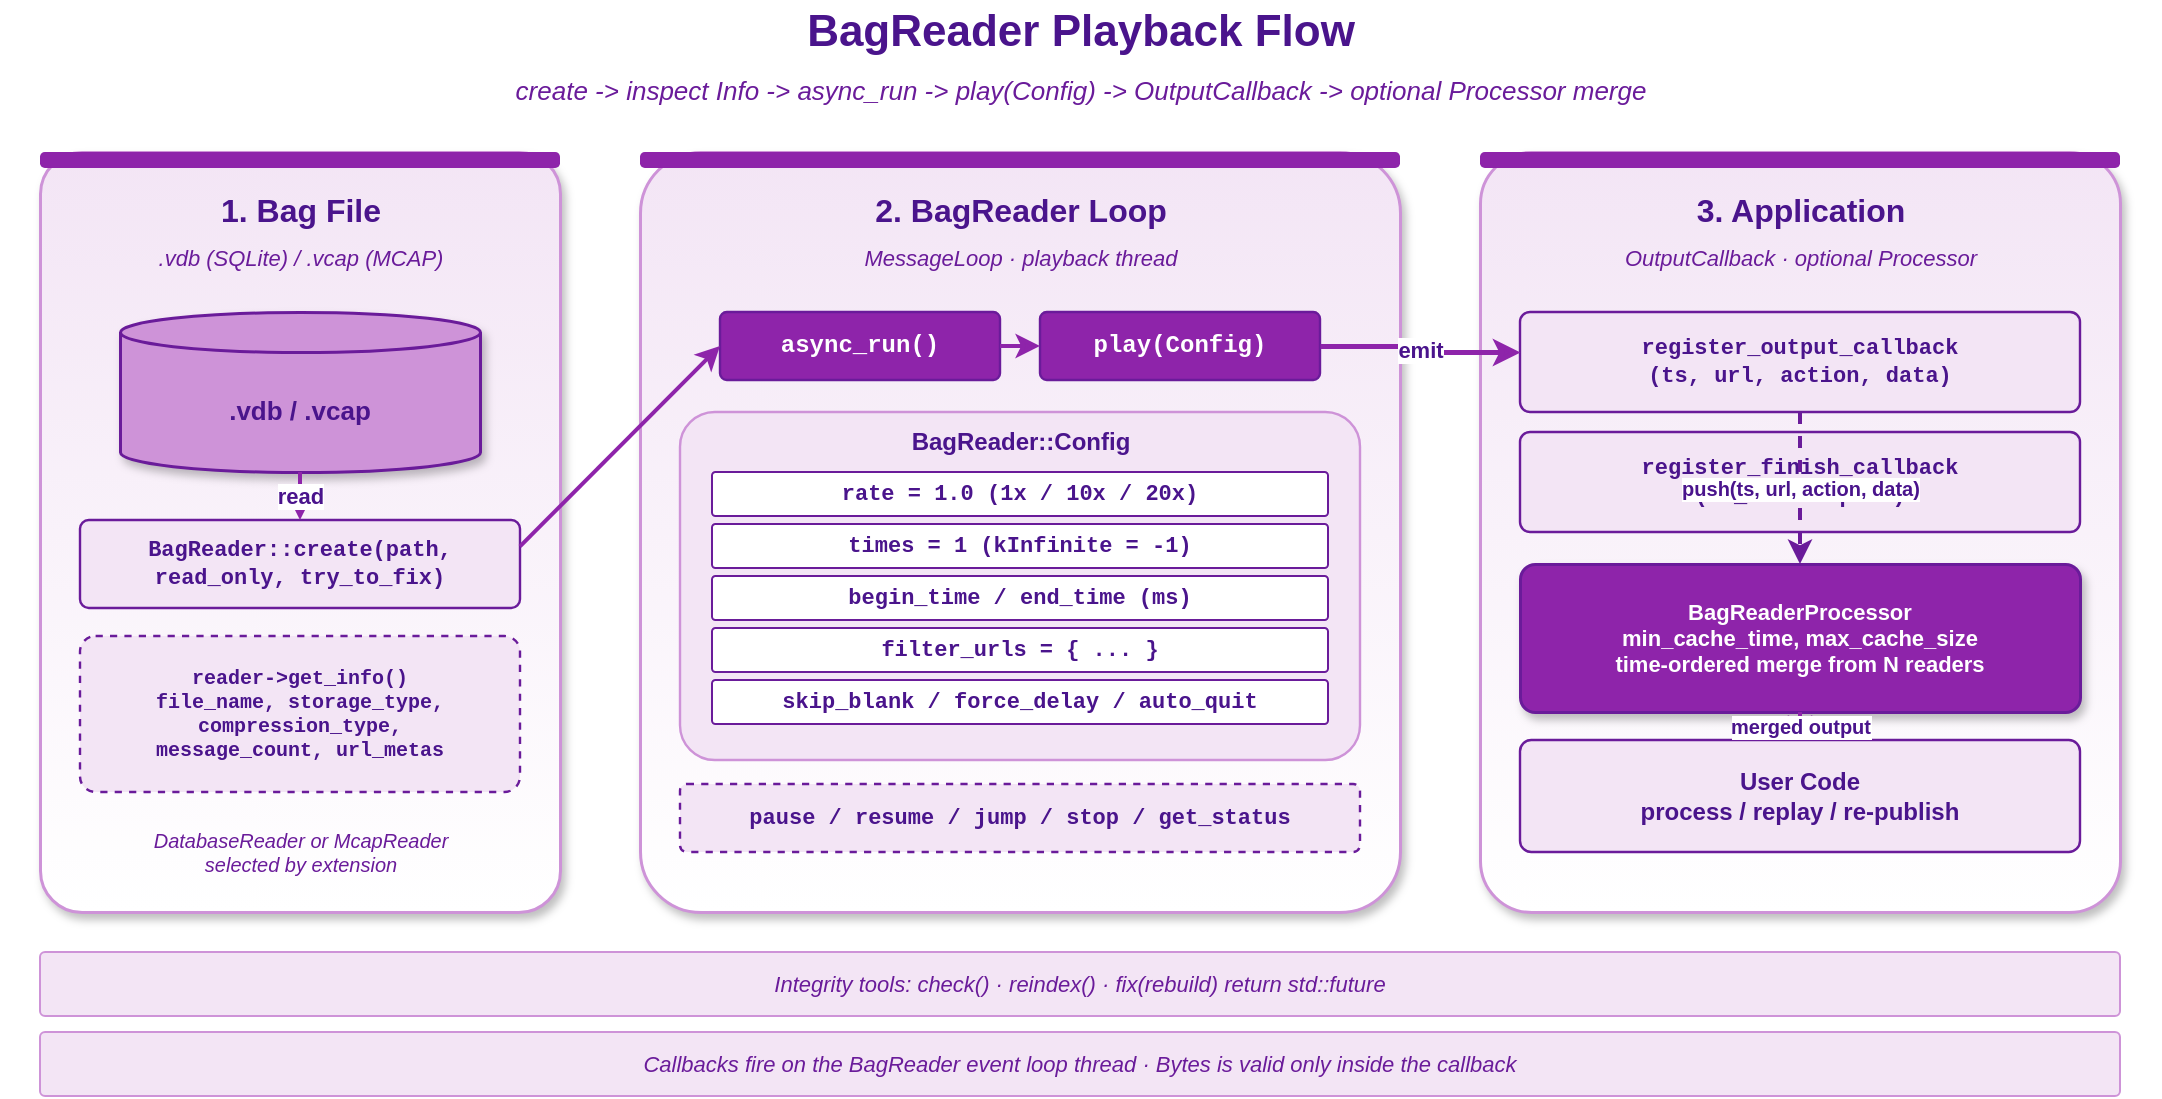
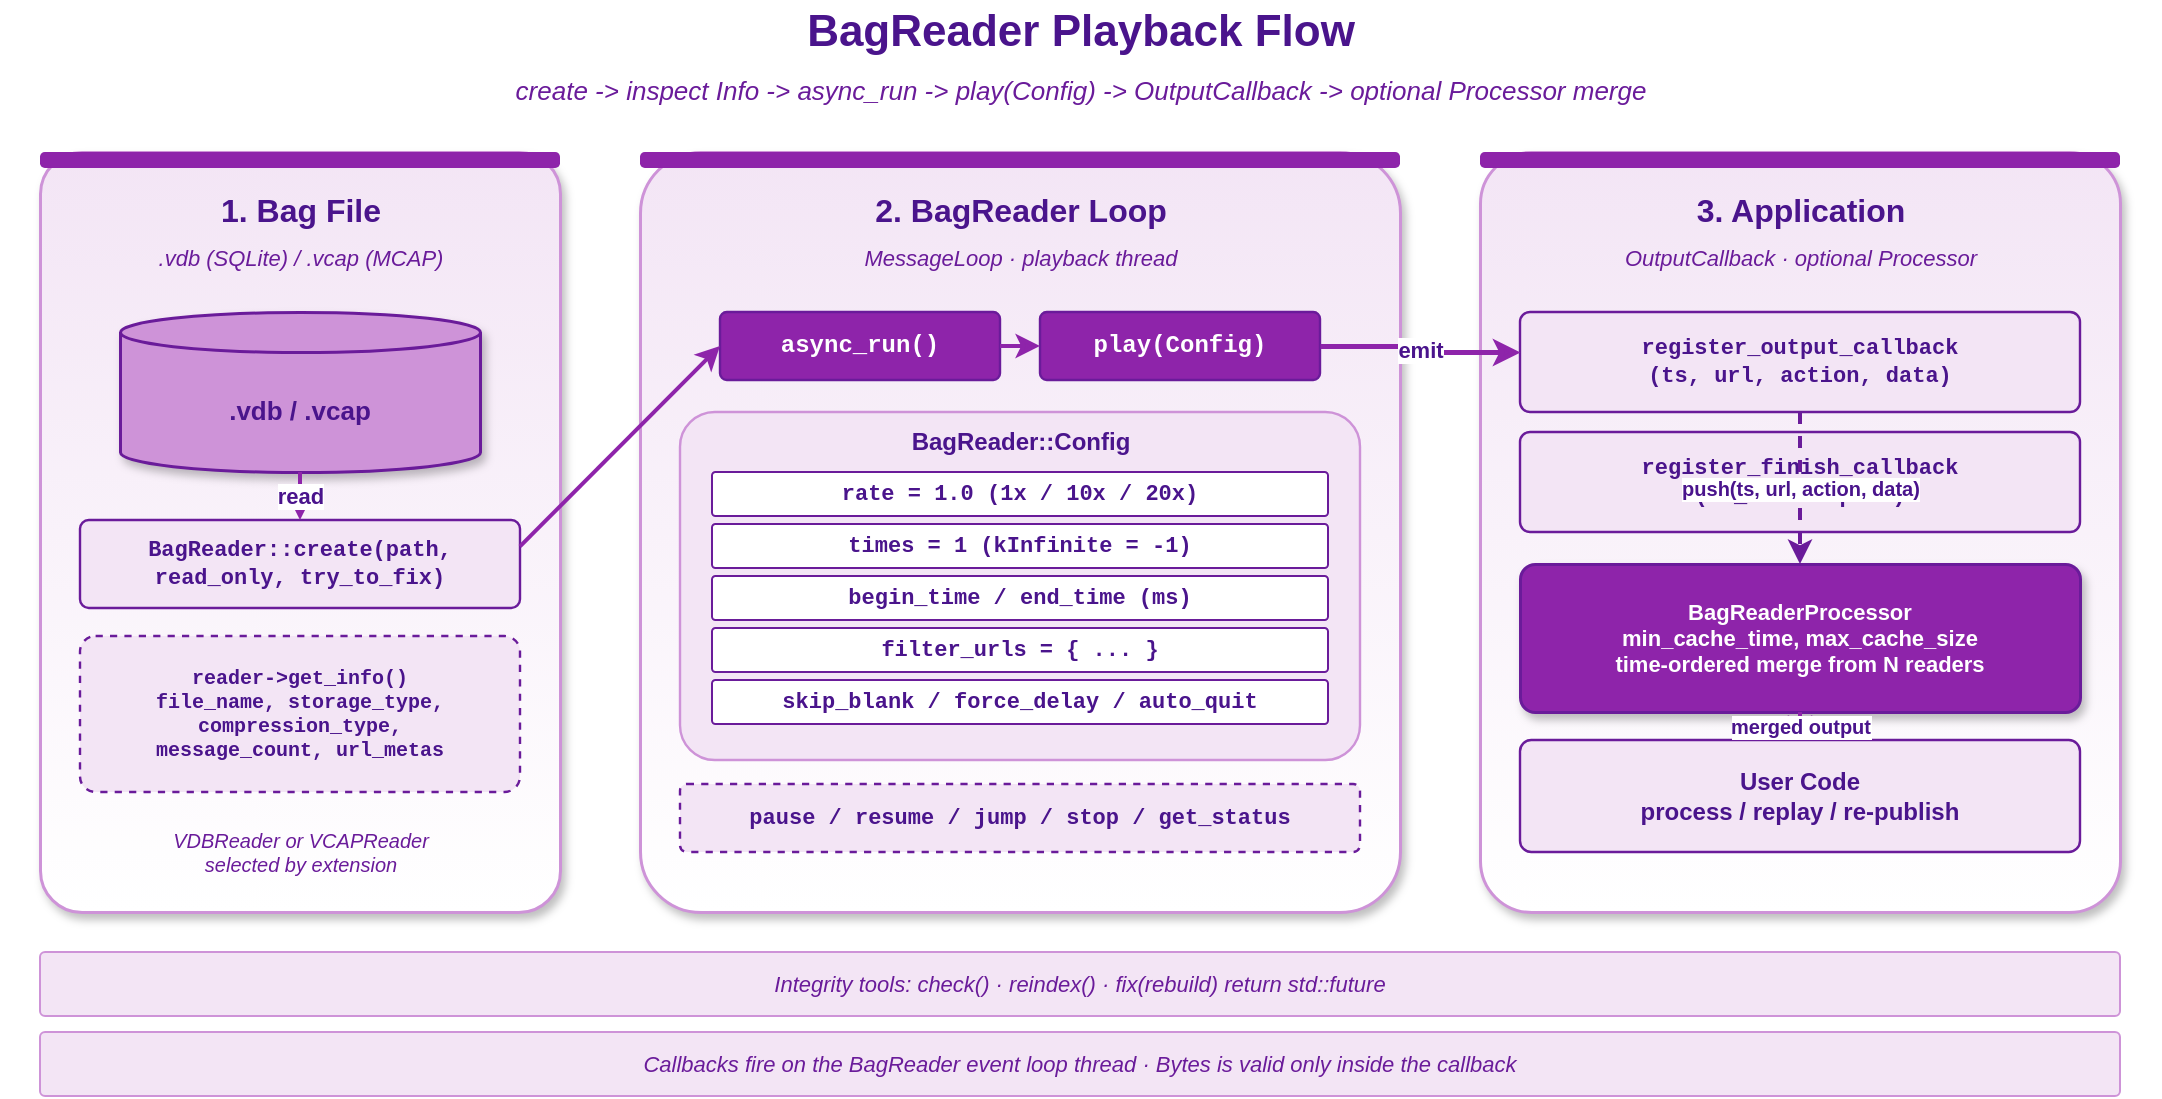
<mxfile host="app.diagrams.net" modified="2026-05-19T00:00:00.000Z" agent="Claude" version="24.0.0" type="device">
  <diagram id="bag-reader-flow" name="BagReader Playback Flow">
    <mxGraphModel dx="1120" dy="640" grid="0" gridSize="10" guides="1" tooltips="1" connect="1" arrows="1" fold="1" page="1" pageScale="1" pageWidth="1120" pageHeight="640" math="0" shadow="0">
      <root>
        <mxCell id="0" />
        <mxCell id="1" parent="0" />

        <mxCell id="title" value="BagReader Playback Flow" style="text;html=1;align=center;verticalAlign=middle;strokeColor=none;fillColor=none;fontSize=22;fontStyle=1;fontColor=#4a148c;" vertex="1" parent="1">
          <mxGeometry x="20" y="24" width="1080" height="32" as="geometry" />
        </mxCell>
        <mxCell id="subtitle" value="create -&gt; inspect Info -&gt; async_run -&gt; play(Config) -&gt; OutputCallback -&gt; optional Processor merge" style="text;html=1;align=center;verticalAlign=middle;strokeColor=none;fillColor=none;fontSize=13;fontStyle=2;fontColor=#6a1b9a;" vertex="1" parent="1">
          <mxGeometry x="20" y="58" width="1080" height="22" as="geometry" />
        </mxCell>

        <!-- Section 1: Source bag (storage) -->
        <mxCell id="src_bg" value="" style="rounded=1;whiteSpace=wrap;html=1;fillColor=#ffffff;strokeColor=#ce93d8;strokeWidth=1.5;arcSize=8;shadow=1;gradientColor=#f3e5f5;gradientDirection=north;" vertex="1" parent="1">
          <mxGeometry x="40" y="100" width="260" height="380" as="geometry" />
        </mxCell>
        <mxCell id="src_bar" value="" style="rounded=1;whiteSpace=wrap;html=1;fillColor=#8e24aa;strokeColor=none;arcSize=30;" vertex="1" parent="1">
          <mxGeometry x="40" y="100" width="260" height="8" as="geometry" />
        </mxCell>
        <mxCell id="src_t" value="1. Bag File" style="text;html=1;align=center;verticalAlign=middle;strokeColor=none;fillColor=none;fontSize=16;fontStyle=1;fontColor=#4a148c;" vertex="1" parent="1">
          <mxGeometry x="40" y="116" width="260" height="26" as="geometry" />
        </mxCell>
        <mxCell id="src_st" value=".vdb (SQLite) / .vcap (MCAP)" style="text;html=1;align=center;verticalAlign=middle;strokeColor=none;fillColor=none;fontSize=11;fontStyle=2;fontColor=#6a1b9a;" vertex="1" parent="1">
          <mxGeometry x="40" y="144" width="260" height="18" as="geometry" />
        </mxCell>

        <mxCell id="src_file" value=".vdb / .vcap" style="shape=cylinder3;whiteSpace=wrap;html=1;boundedLbl=1;backgroundOutline=1;size=10;fillColor=#ce93d8;strokeColor=#6a1b9a;strokeWidth=1.5;fontSize=13;fontStyle=1;fontColor=#4a148c;shadow=1;" vertex="1" parent="1">
          <mxGeometry x="80" y="180" width="180" height="80" as="geometry" />
        </mxCell>

        <mxCell id="src_create" value="BagReader::create(path, read_only, try_to_fix)" style="rounded=1;whiteSpace=wrap;html=1;fillColor=#f3e5f5;strokeColor=#6a1b9a;strokeWidth=1.2;arcSize=10;fontSize=11;fontFamily=Courier New;fontStyle=1;fontColor=#4a148c;" vertex="1" parent="1">
          <mxGeometry x="60" y="284" width="220" height="44" as="geometry" />
        </mxCell>
        <mxCell id="src_info" value="reader-&gt;get_info()&#10;file_name, storage_type,&#10;compression_type,&#10;message_count, url_metas" style="rounded=1;whiteSpace=wrap;html=1;fillColor=#f3e5f5;strokeColor=#6a1b9a;strokeWidth=1.2;arcSize=10;fontSize=10;fontFamily=Courier New;fontStyle=1;fontColor=#4a148c;dashed=1;" vertex="1" parent="1">
          <mxGeometry x="60" y="342" width="220" height="78" as="geometry" />
        </mxCell>
-         <mxCell id="src_note" value="DatabaseReader or McapReader&#10;selected by extension" style="text;html=1;align=center;verticalAlign=middle;strokeColor=none;fillColor=none;fontSize=10;fontStyle=2;fontColor=#6a1b9a;" vertex="1" parent="1">
+         <mxCell id="src_note" value="VDBReader or VCAPReader&#10;selected by extension" style="text;html=1;align=center;verticalAlign=middle;strokeColor=none;fillColor=none;fontSize=10;fontStyle=2;fontColor=#6a1b9a;" vertex="1" parent="1">
          <mxGeometry x="60" y="430" width="220" height="40" as="geometry" />
        </mxCell>

        <!-- Section 2: BagReader event loop + Config -->
        <mxCell id="rd_bg" value="" style="rounded=1;whiteSpace=wrap;html=1;fillColor=#ffffff;strokeColor=#ce93d8;strokeWidth=1.5;arcSize=8;shadow=1;gradientColor=#f3e5f5;gradientDirection=north;" vertex="1" parent="1">
          <mxGeometry x="340" y="100" width="380" height="380" as="geometry" />
        </mxCell>
        <mxCell id="rd_bar" value="" style="rounded=1;whiteSpace=wrap;html=1;fillColor=#8e24aa;strokeColor=none;arcSize=30;" vertex="1" parent="1">
          <mxGeometry x="340" y="100" width="380" height="8" as="geometry" />
        </mxCell>
        <mxCell id="rd_t" value="2. BagReader Loop" style="text;html=1;align=center;verticalAlign=middle;strokeColor=none;fillColor=none;fontSize=16;fontStyle=1;fontColor=#4a148c;" vertex="1" parent="1">
          <mxGeometry x="340" y="116" width="380" height="26" as="geometry" />
        </mxCell>
        <mxCell id="rd_st" value="MessageLoop &#183; playback thread" style="text;html=1;align=center;verticalAlign=middle;strokeColor=none;fillColor=none;fontSize=11;fontStyle=2;fontColor=#6a1b9a;" vertex="1" parent="1">
          <mxGeometry x="340" y="144" width="380" height="18" as="geometry" />
        </mxCell>

        <mxCell id="rd_run" value="async_run()" style="rounded=1;whiteSpace=wrap;html=1;fillColor=#8e24aa;strokeColor=#6a1b9a;strokeWidth=1.2;arcSize=10;fontSize=12;fontFamily=Courier New;fontStyle=1;fontColor=#ffffff;" vertex="1" parent="1">
          <mxGeometry x="380" y="180" width="140" height="34" as="geometry" />
        </mxCell>
        <mxCell id="rd_play" value="play(Config)" style="rounded=1;whiteSpace=wrap;html=1;fillColor=#8e24aa;strokeColor=#6a1b9a;strokeWidth=1.2;arcSize=10;fontSize=12;fontFamily=Courier New;fontStyle=1;fontColor=#ffffff;" vertex="1" parent="1">
          <mxGeometry x="540" y="180" width="140" height="34" as="geometry" />
        </mxCell>

        <mxCell id="cfg_box" value="" style="rounded=1;whiteSpace=wrap;html=1;fillColor=#f3e5f5;strokeColor=#ce93d8;strokeWidth=1.2;arcSize=10;" vertex="1" parent="1">
          <mxGeometry x="360" y="230" width="340" height="174" as="geometry" />
        </mxCell>
        <mxCell id="cfg_t" value="BagReader::Config" style="text;html=1;align=center;verticalAlign=middle;strokeColor=none;fillColor=none;fontSize=12;fontStyle=1;fontColor=#4a148c;" vertex="1" parent="1">
          <mxGeometry x="360" y="234" width="340" height="22" as="geometry" />
        </mxCell>
        <mxCell id="cfg_rate" value="rate = 1.0   (1x / 10x / 20x)" style="rounded=1;whiteSpace=wrap;html=1;fillColor=#ffffff;strokeColor=#6a1b9a;strokeWidth=1;arcSize=8;fontSize=11;fontFamily=Courier New;fontStyle=1;fontColor=#4a148c;" vertex="1" parent="1">
          <mxGeometry x="376" y="260" width="308" height="22" as="geometry" />
        </mxCell>
        <mxCell id="cfg_times" value="times = 1   (kInfinite = -1)" style="rounded=1;whiteSpace=wrap;html=1;fillColor=#ffffff;strokeColor=#6a1b9a;strokeWidth=1;arcSize=8;fontSize=11;fontFamily=Courier New;fontStyle=1;fontColor=#4a148c;" vertex="1" parent="1">
          <mxGeometry x="376" y="286" width="308" height="22" as="geometry" />
        </mxCell>
        <mxCell id="cfg_range" value="begin_time / end_time (ms)" style="rounded=1;whiteSpace=wrap;html=1;fillColor=#ffffff;strokeColor=#6a1b9a;strokeWidth=1;arcSize=8;fontSize=11;fontFamily=Courier New;fontStyle=1;fontColor=#4a148c;" vertex="1" parent="1">
          <mxGeometry x="376" y="312" width="308" height="22" as="geometry" />
        </mxCell>
        <mxCell id="cfg_filter" value="filter_urls = { ... }" style="rounded=1;whiteSpace=wrap;html=1;fillColor=#ffffff;strokeColor=#6a1b9a;strokeWidth=1;arcSize=8;fontSize=11;fontFamily=Courier New;fontStyle=1;fontColor=#4a148c;" vertex="1" parent="1">
          <mxGeometry x="376" y="338" width="308" height="22" as="geometry" />
        </mxCell>
        <mxCell id="cfg_skip" value="skip_blank / force_delay / auto_quit" style="rounded=1;whiteSpace=wrap;html=1;fillColor=#ffffff;strokeColor=#6a1b9a;strokeWidth=1;arcSize=8;fontSize=11;fontFamily=Courier New;fontStyle=1;fontColor=#4a148c;" vertex="1" parent="1">
          <mxGeometry x="376" y="364" width="308" height="22" as="geometry" />
        </mxCell>

        <mxCell id="rd_ctrl" value="pause / resume / jump / stop / get_status" style="rounded=1;whiteSpace=wrap;html=1;fillColor=#f3e5f5;strokeColor=#6a1b9a;strokeWidth=1.2;arcSize=10;fontSize=11;fontFamily=Courier New;fontStyle=1;fontColor=#4a148c;dashed=1;" vertex="1" parent="1">
          <mxGeometry x="360" y="416" width="340" height="34" as="geometry" />
        </mxCell>

        <!-- Section 3: Callbacks + Processor + App -->
        <mxCell id="app_bg" value="" style="rounded=1;whiteSpace=wrap;html=1;fillColor=#ffffff;strokeColor=#ce93d8;strokeWidth=1.5;arcSize=8;shadow=1;gradientColor=#f3e5f5;gradientDirection=north;" vertex="1" parent="1">
          <mxGeometry x="760" y="100" width="320" height="380" as="geometry" />
        </mxCell>
        <mxCell id="app_bar" value="" style="rounded=1;whiteSpace=wrap;html=1;fillColor=#8e24aa;strokeColor=none;arcSize=30;" vertex="1" parent="1">
          <mxGeometry x="760" y="100" width="320" height="8" as="geometry" />
        </mxCell>
        <mxCell id="app_t" value="3. Application" style="text;html=1;align=center;verticalAlign=middle;strokeColor=none;fillColor=none;fontSize=16;fontStyle=1;fontColor=#4a148c;" vertex="1" parent="1">
          <mxGeometry x="760" y="116" width="320" height="26" as="geometry" />
        </mxCell>
        <mxCell id="app_st" value="OutputCallback &#183; optional Processor" style="text;html=1;align=center;verticalAlign=middle;strokeColor=none;fillColor=none;fontSize=11;fontStyle=2;fontColor=#6a1b9a;" vertex="1" parent="1">
          <mxGeometry x="760" y="144" width="320" height="18" as="geometry" />
        </mxCell>

        <mxCell id="cb_out" value="register_output_callback&#10;(ts, url, action, data)" style="rounded=1;whiteSpace=wrap;html=1;fillColor=#f3e5f5;strokeColor=#6a1b9a;strokeWidth=1.2;arcSize=10;fontSize=11;fontFamily=Courier New;fontStyle=1;fontColor=#4a148c;" vertex="1" parent="1">
          <mxGeometry x="780" y="180" width="280" height="50" as="geometry" />
        </mxCell>
        <mxCell id="cb_fin" value="register_finish_callback&#10;(is_interrupted)" style="rounded=1;whiteSpace=wrap;html=1;fillColor=#f3e5f5;strokeColor=#6a1b9a;strokeWidth=1.2;arcSize=10;fontSize=11;fontFamily=Courier New;fontStyle=1;fontColor=#4a148c;" vertex="1" parent="1">
          <mxGeometry x="780" y="240" width="280" height="50" as="geometry" />
        </mxCell>

        <mxCell id="proc_box" value="BagReaderProcessor&#10;min_cache_time, max_cache_size&#10;time-ordered merge from N readers" style="rounded=1;whiteSpace=wrap;html=1;fillColor=#8e24aa;strokeColor=#6a1b9a;strokeWidth=1.5;arcSize=10;fontSize=11;fontStyle=1;fontColor=#ffffff;shadow=1;" vertex="1" parent="1">
          <mxGeometry x="780" y="306" width="280" height="74" as="geometry" />
        </mxCell>

        <mxCell id="app_user" value="User Code&#10;process / replay / re-publish" style="rounded=1;whiteSpace=wrap;html=1;fillColor=#f3e5f5;strokeColor=#6a1b9a;strokeWidth=1.2;arcSize=10;fontSize=12;fontStyle=1;fontColor=#4a148c;" vertex="1" parent="1">
          <mxGeometry x="780" y="394" width="280" height="56" as="geometry" />
        </mxCell>

        <!-- Arrows -->
        <mxCell id="a_file_create" value="read" style="endArrow=classic;endFill=1;html=1;strokeWidth=2;strokeColor=#8e24aa;fontSize=11;fontStyle=1;fontColor=#4a148c;labelBackgroundColor=#ffffff;rounded=1;exitX=0.5;exitY=1;entryX=0.5;entryY=0;" edge="1" parent="1" source="src_file" target="src_create">
          <mxGeometry relative="1" as="geometry" />
        </mxCell>
        <mxCell id="a_create_run" value="" style="endArrow=classic;endFill=1;html=1;strokeWidth=2;strokeColor=#8e24aa;rounded=1;exitX=1;exitY=0.3;entryX=0;entryY=0.5;" edge="1" parent="1" source="src_create" target="rd_run">
          <mxGeometry relative="1" as="geometry" />
        </mxCell>
        <mxCell id="a_run_play" value="" style="endArrow=classic;endFill=1;html=1;strokeWidth=2;strokeColor=#8e24aa;rounded=1;exitX=1;exitY=0.5;entryX=0;entryY=0.5;" edge="1" parent="1" source="rd_run" target="rd_play">
          <mxGeometry relative="1" as="geometry" />
        </mxCell>
        <mxCell id="a_play_cb" value="emit" style="endArrow=classic;endFill=1;html=1;strokeWidth=2.5;strokeColor=#8e24aa;fontSize=11;fontStyle=1;fontColor=#4a148c;labelBackgroundColor=#ffffff;rounded=1;edgeStyle=orthogonalEdgeStyle;exitX=1;exitY=0.5;entryX=0;entryY=0.4;" edge="1" parent="1" source="rd_play" target="cb_out">
          <mxGeometry relative="1" as="geometry" />
        </mxCell>
        <mxCell id="a_cb_proc" value="push(ts, url, action, data)" style="endArrow=classic;endFill=1;html=1;strokeWidth=2;strokeColor=#6a1b9a;fontSize=10;fontStyle=1;fontColor=#4a148c;labelBackgroundColor=#ffffff;rounded=1;exitX=0.5;exitY=1;entryX=0.5;entryY=0;dashed=1;" edge="1" parent="1" source="cb_out" target="proc_box">
          <mxGeometry relative="1" as="geometry" />
        </mxCell>
        <mxCell id="a_proc_app" value="merged output" style="endArrow=classic;endFill=1;html=1;strokeWidth=2;strokeColor=#8e24aa;fontSize=10;fontStyle=1;fontColor=#4a148c;labelBackgroundColor=#ffffff;rounded=1;exitX=0.5;exitY=1;entryX=0.5;entryY=0;" edge="1" parent="1" source="proc_box" target="app_user">
          <mxGeometry relative="1" as="geometry" />
        </mxCell>

        <!-- Footer note -->
        <mxCell id="footer" value="Integrity tools: check() &#183; reindex() &#183; fix(rebuild) return std::future&lt;bool&gt;" style="rounded=1;whiteSpace=wrap;html=1;fillColor=#f3e5f5;strokeColor=#ce93d8;strokeWidth=1;arcSize=8;fontSize=11;fontStyle=2;fontColor=#6a1b9a;" vertex="1" parent="1">
          <mxGeometry x="40" y="500" width="1040" height="32" as="geometry" />
        </mxCell>
        <mxCell id="footer2" value="Callbacks fire on the BagReader event loop thread &#183; Bytes is valid only inside the callback" style="rounded=1;whiteSpace=wrap;html=1;fillColor=#f3e5f5;strokeColor=#ce93d8;strokeWidth=1;arcSize=8;fontSize=11;fontStyle=2;fontColor=#6a1b9a;" vertex="1" parent="1">
          <mxGeometry x="40" y="540" width="1040" height="32" as="geometry" />
        </mxCell>

      </root>
    </mxGraphModel>
  </diagram>
</mxfile>
